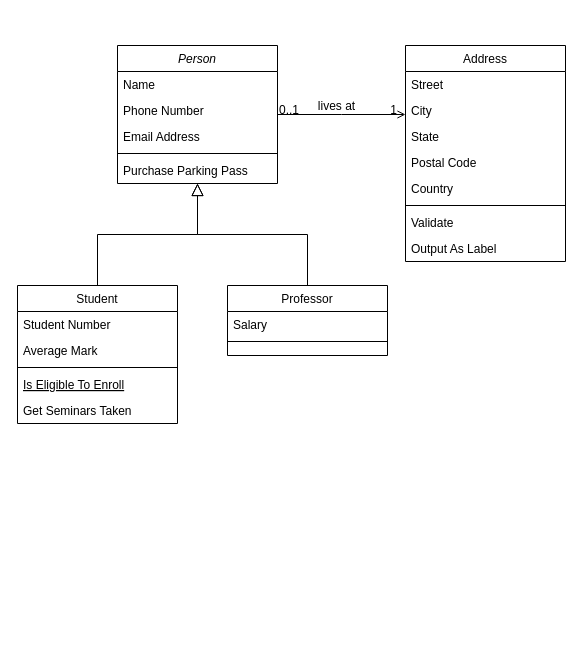
The draw.io diagram Documentation/class-diagram.drawio in yastefan/LaunchPadSequencer, before the edit. Source tidied: cells renumbered, new cells numbered last; positions are measured from the earlier drawing's top-left corner, leaving out a move shared by most shapes. Both pictures are drawn from the tidied source at 100%, with x=0, y=0 at pixel (17, 45).
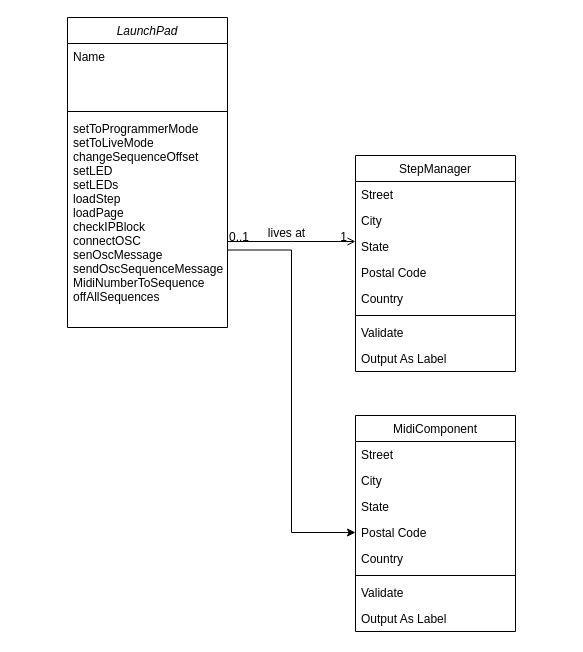
The same diagram, later.

Diff of the diagram source:
```diff
@@
-    <mxCell id="2" value="Person" style="swimlane;fontStyle=2;align=center;verticalAlign=top;horizontal=1;startSize=26;rounded=0;shadow=0;strokeWidth=1;" parent="1" vertex="1">
-      <mxGeometry x="100" width="160" height="138" as="geometry" />
+    <mxCell id="2" value="LaunchPad" style="swimlane;fontStyle=2;align=center;verticalAlign=top;horizontal=1;startSize=26;rounded=0;shadow=0;strokeWidth=1;" parent="1" vertex="1">
+      <mxGeometry x="50" y="-28" width="160" height="310" as="geometry" />
     </mxCell>
     <mxCell id="3" value="Name" style="text;align=left;verticalAlign=top;spacingLeft=4;spacingRight=4;overflow=hidden;" parent="2" vertex="1">
-      <mxGeometry y="26" width="160" height="26" as="geometry" />
+      <mxGeometry y="26" width="160" height="64" as="geometry" />
     </mxCell>
-    <mxCell id="4" value="Phone Number" style="text;align=left;verticalAlign=top;spacingLeft=4;spacingRight=4;overflow=hidden;rounded=0;shadow=0;html=0;" parent="2" vertex="1">
-      <mxGeometry y="52" width="160" height="26" as="geometry" />
-    </mxCell>
-    <mxCell id="5" value="Email Address" style="text;align=left;verticalAlign=top;spacingLeft=4;spacingRight=4;overflow=hidden;rounded=0;shadow=0;html=0;" parent="2" vertex="1">
-      <mxGeometry y="78" width="160" height="26" as="geometry" />
-    </mxCell>
     <mxCell id="6" style="line;html=1;strokeWidth=1;align=left;verticalAlign=middle;spacingTop=-1;spacingLeft=3;spacingRight=3;labelPosition=right;" parent="2" vertex="1">
-      <mxGeometry y="104" width="160" height="8" as="geometry" />
+      <mxGeometry y="90" width="160" height="8" as="geometry" />
     </mxCell>
-    <mxCell id="7" value="Purchase Parking Pass" style="text;align=left;verticalAlign=top;spacingLeft=4;spacingRight=4;overflow=hidden;" parent="2" vertex="1">
-      <mxGeometry y="112" width="160" height="26" as="geometry" />
-    </mxCell>
-    <mxCell id="8" value="Student" style="swimlane;fontStyle=0;align=center;verticalAlign=top;horizontal=1;startSize=26;rounded=0;shadow=0;strokeWidth=1;" parent="1" vertex="1">
-      <mxGeometry y="240" width="160" height="138" as="geometry" />
-    </mxCell>
-    <mxCell id="9" value="Student Number" style="text;align=left;verticalAlign=top;spacingLeft=4;spacingRight=4;overflow=hidden;" parent="8" vertex="1">
-      <mxGeometry y="26" width="160" height="26" as="geometry" />
-    </mxCell>
-    <mxCell id="10" value="Average Mark" style="text;align=left;verticalAlign=top;spacingLeft=4;spacingRight=4;overflow=hidden;rounded=0;shadow=0;html=0;" parent="8" vertex="1">
-      <mxGeometry y="52" width="160" height="26" as="geometry" />
-    </mxCell>
-    <mxCell id="11" style="line;html=1;strokeWidth=1;align=left;verticalAlign=middle;spacingTop=-1;spacingLeft=3;spacingRight=3;labelPosition=right;" parent="8" vertex="1">
-      <mxGeometry y="78" width="160" height="8" as="geometry" />
-    </mxCell>
-    <mxCell id="12" value="Is Eligible To Enroll" style="text;align=left;verticalAlign=top;spacingLeft=4;spacingRight=4;overflow=hidden;fontStyle=4;" parent="8" vertex="1">
-      <mxGeometry y="86" width="160" height="26" as="geometry" />
-    </mxCell>
-    <mxCell id="13" value="Get Seminars Taken" style="text;align=left;verticalAlign=top;spacingLeft=4;spacingRight=4;overflow=hidden;" parent="8" vertex="1">
-      <mxGeometry y="112" width="160" height="26" as="geometry" />
-    </mxCell>
-    <mxCell id="14" style="endArrow=block;endSize=10;endFill=0;shadow=0;strokeWidth=1;rounded=0;edgeStyle=elbowEdgeStyle;elbow=vertical;" parent="1" edge="1" source="8" target="2">
-      <mxGeometry relative="1" as="geometry" />
-    </mxCell>
-    <mxCell id="15" value="Professor" style="swimlane;fontStyle=0;align=center;verticalAlign=top;horizontal=1;startSize=26;rounded=0;shadow=0;strokeWidth=1;" parent="1" vertex="1">
-      <mxGeometry x="210" y="240" width="160" height="70" as="geometry" />
-    </mxCell>
-    <mxCell id="16" value="Salary" style="text;align=left;verticalAlign=top;spacingLeft=4;spacingRight=4;overflow=hidden;" parent="15" vertex="1">
-      <mxGeometry y="26" width="160" height="26" as="geometry" />
-    </mxCell>
-    <mxCell id="17" style="line;html=1;strokeWidth=1;align=left;verticalAlign=middle;spacingTop=-1;spacingLeft=3;spacingRight=3;labelPosition=right;" parent="15" vertex="1">
-      <mxGeometry y="52" width="160" height="8" as="geometry" />
-    </mxCell>
-    <mxCell id="18" style="endArrow=block;endSize=10;endFill=0;shadow=0;strokeWidth=1;rounded=0;edgeStyle=elbowEdgeStyle;elbow=vertical;" parent="1" edge="1" source="15" target="2">
-      <mxGeometry relative="1" as="geometry" />
-    </mxCell>
+    <mxCell id="32" value="setToProgrammerMode&#10;setToLiveMode&#10;changeSequenceOffset&#10;setLED&#10;setLEDs&#10;loadStep&#10;loadPage&#10;checkIPBlock&#10;connectOSC&#10;senOscMessage&#10;sendOscSequenceMessage&#10;MidiNumberToSequence&#10;offAllSequences&#10;" style="text;align=left;verticalAlign=top;spacingLeft=4;spacingRight=4;overflow=hidden;rounded=0;shadow=0;html=0;" parent="2" vertex="1">
+      <mxGeometry y="98" width="160" height="198" as="geometry" />
+    </mxCell>
-    <mxCell id="19" value="Address" style="swimlane;fontStyle=0;align=center;verticalAlign=top;horizontal=1;startSize=26;rounded=0;shadow=0;strokeWidth=1;" parent="1" vertex="1">
-      <mxGeometry x="388" width="160" height="216" as="geometry" />
+    <mxCell id="19" value="StepManager" style="swimlane;fontStyle=0;align=center;verticalAlign=top;horizontal=1;startSize=26;rounded=0;shadow=0;strokeWidth=1;" parent="1" vertex="1">
+      <mxGeometry x="338" y="110" width="160" height="216" as="geometry" />
     </mxCell>
@@
+    <mxCell id="33" value="MidiComponent" style="swimlane;fontStyle=0;align=center;verticalAlign=top;horizontal=1;startSize=26;rounded=0;shadow=0;strokeWidth=1;" parent="1" vertex="1">
+      <mxGeometry x="338" y="370" width="160" height="216" as="geometry" />
+    </mxCell>
+    <mxCell id="34" value="Street" style="text;align=left;verticalAlign=top;spacingLeft=4;spacingRight=4;overflow=hidden;" parent="33" vertex="1">
+      <mxGeometry y="26" width="160" height="26" as="geometry" />
+    </mxCell>
+    <mxCell id="35" value="City" style="text;align=left;verticalAlign=top;spacingLeft=4;spacingRight=4;overflow=hidden;rounded=0;shadow=0;html=0;" parent="33" vertex="1">
+      <mxGeometry y="52" width="160" height="26" as="geometry" />
+    </mxCell>
+    <mxCell id="36" value="State" style="text;align=left;verticalAlign=top;spacingLeft=4;spacingRight=4;overflow=hidden;rounded=0;shadow=0;html=0;" parent="33" vertex="1">
+      <mxGeometry y="78" width="160" height="26" as="geometry" />
+    </mxCell>
+    <mxCell id="37" value="Postal Code" style="text;align=left;verticalAlign=top;spacingLeft=4;spacingRight=4;overflow=hidden;points=[[0,0.5],[1,0.5]];portConstraint=eastwest;rounded=0;shadow=0;html=0;" parent="33" vertex="1">
+      <mxGeometry y="104" width="160" height="26" as="geometry" />
+    </mxCell>
+    <mxCell id="38" value="Country" style="text;align=left;verticalAlign=top;spacingLeft=4;spacingRight=4;overflow=hidden;rounded=0;shadow=0;html=0;" parent="33" vertex="1">
+      <mxGeometry y="130" width="160" height="26" as="geometry" />
+    </mxCell>
+    <mxCell id="39" style="line;html=1;strokeWidth=1;align=left;verticalAlign=middle;spacingTop=-1;spacingLeft=3;spacingRight=3;labelPosition=right;" parent="33" vertex="1">
+      <mxGeometry y="156" width="160" height="8" as="geometry" />
+    </mxCell>
+    <mxCell id="40" value="Validate" style="text;align=left;verticalAlign=top;spacingLeft=4;spacingRight=4;overflow=hidden;" parent="33" vertex="1">
+      <mxGeometry y="164" width="160" height="26" as="geometry" />
+    </mxCell>
+    <mxCell id="41" value="Output As Label" style="text;align=left;verticalAlign=top;spacingLeft=4;spacingRight=4;overflow=hidden;" parent="33" vertex="1">
+      <mxGeometry y="190" width="160" height="26" as="geometry" />
+    </mxCell>
+    <mxCell id="42" style="edgeStyle=orthogonalEdgeStyle;rounded=0;jettySize=auto;html=1;entryX=0;entryY=0.5;entryDx=0;entryDy=0;exitX=1;exitY=0.75;exitDx=0;exitDy=0;" parent="1" edge="1" source="2" target="37">
+      <mxGeometry relative="1" as="geometry" />
+    </mxCell>
```
